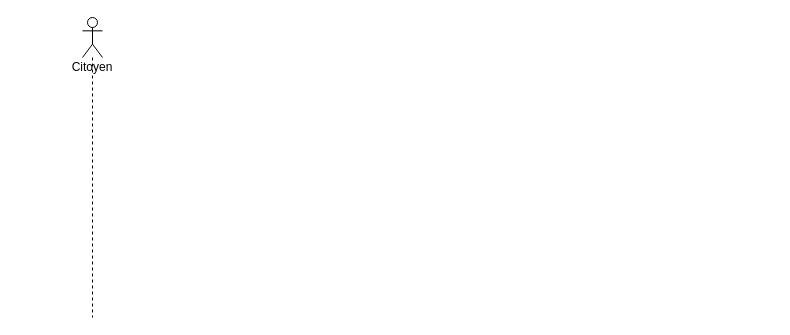
Above: identite/diagrams/Diagramme sans nom.drawio in NelsonCravo/identite (draw.io), before the change. Source tidied: cells renumbered, new cells numbered last; positions are measured from the earlier drawing's top-left corner, leaving out a move shared by most shapes. Both pictures are drawn from the tidied source at 100%, with x=0, y=0 at pixel (82, 17).
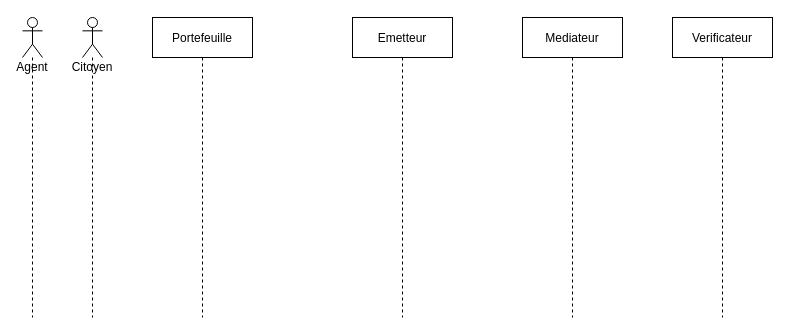
After the change.

Commit message:
Système d'Identité

The edit, as a diff of the source:
```diff
@@
 <mxGraphModel>
   <root>
     <mxCell id="0" />
     <mxCell id="1" parent="0" />
+    <mxCell id="3" value="Portefeuille" style="shape=umlLifeline;perimeter=lifelinePerimeter;rounded=0;shadow=0;strokeWidth=1;" parent="1" vertex="1">
+      <mxGeometry x="70" width="100" height="300" as="geometry" />
+    </mxCell>
     <mxCell id="2" value="Citoyen&lt;br&gt;" style="shape=umlLifeline;participant=umlActor;perimeter=lifelinePerimeter;whiteSpace=wrap;html=1;verticalAlign=top;spacingTop=36;" parent="1" vertex="1">
       <mxGeometry width="20" height="300" as="geometry" />
     </mxCell>
+    <mxCell id="4" value="Emetteur" style="shape=umlLifeline;perimeter=lifelinePerimeter;rounded=0;shadow=0;strokeWidth=1;" parent="1" vertex="1">
+      <mxGeometry x="270" width="100" height="300" as="geometry" />
+    </mxCell>
+    <mxCell id="5" value="Mediateur" style="shape=umlLifeline;perimeter=lifelinePerimeter;rounded=0;shadow=0;strokeWidth=1;" parent="1" vertex="1">
+      <mxGeometry x="440" width="100" height="300" as="geometry" />
+    </mxCell>
+    <mxCell id="6" value="Verificateur" style="shape=umlLifeline;perimeter=lifelinePerimeter;rounded=0;shadow=0;strokeWidth=1;" parent="1" vertex="1">
+      <mxGeometry x="590" width="100" height="300" as="geometry" />
+    </mxCell>
+    <mxCell id="7" value="Agent" style="shape=umlLifeline;participant=umlActor;perimeter=lifelinePerimeter;whiteSpace=wrap;html=1;verticalAlign=top;spacingTop=36;" parent="1" vertex="1">
+      <mxGeometry x="-60" width="20" height="300" as="geometry" />
+    </mxCell>
   </root>
 </mxGraphModel>
```
